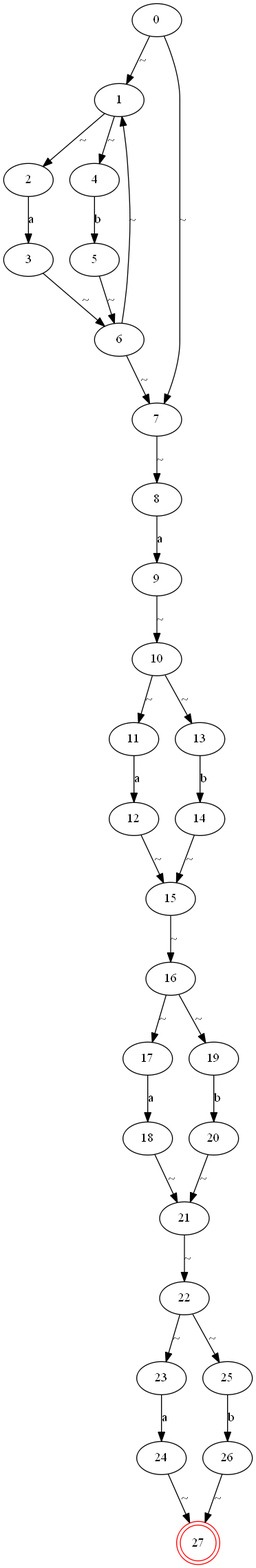
JameyWoo/re2graph keeps this Graphviz diagram as image/test_nfa.png. Above is the earlier version. Its source is kept beside it as tmp/test_nfa.dot.
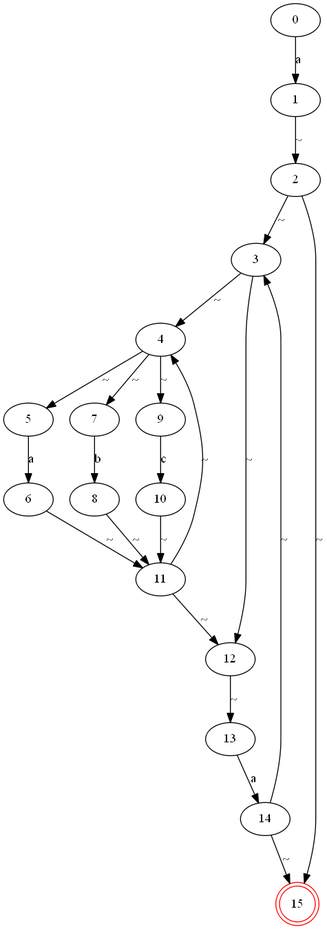
Later version of the same file.

What changed in the source:
```diff
@@ -14,50 +14,26 @@
 	12 [label="12"]
 	13 [label="13"]
 	14 [label="14"]
-	15 [label="15"]
-	16 [label="16"]
-	17 [label="17"]
-	18 [label="18"]
-	19 [label="19"]
-	20 [label="20"]
-	21 [label="21"]
-	22 [label="22"]
-	23 [label="23"]
-	24 [label="24"]
-	25 [label="25"]
-	26 [label="26"]
-	27 [label="27" color=red shape=doublecircle]
-	0 -> 1 [label="~"]
-	0 -> 7 [label="~"]
+	15 [label="15" color=red shape=doublecircle]
+	0 -> 1 [label="a"]
 	1 -> 2 [label="~"]
-	1 -> 4 [label="~"]
-	2 -> 3 [label="a"]
-	3 -> 6 [label="~"]
-	4 -> 5 [label="b"]
-	5 -> 6 [label="~"]
-	6 -> 1 [label="~"]
-	6 -> 7 [label="~"]
-	7 -> 8 [label="~"]
-	8 -> 9 [label="a"]
-	9 -> 10 [label="~"]
+	2 -> 3 [label="~"]
+	2 -> 15 [label="~"]
+	3 -> 4 [label="~"]
+	3 -> 12 [label="~"]
+	4 -> 5 [label="~"]
+	4 -> 7 [label="~"]
+	4 -> 9 [label="~"]
+	5 -> 6 [label="a"]
+	6 -> 11 [label="~"]
+	7 -> 8 [label="b"]
+	8 -> 11 [label="~"]
+	9 -> 10 [label="c"]
 	10 -> 11 [label="~"]
-	10 -> 13 [label="~"]
-	11 -> 12 [label="a"]
-	12 -> 15 [label="~"]
-	13 -> 14 [label="b"]
+	11 -> 4 [label="~"]
+	11 -> 12 [label="~"]
+	12 -> 13 [label="~"]
+	13 -> 14 [label="a"]
+	14 -> 3 [label="~"]
 	14 -> 15 [label="~"]
-	15 -> 16 [label="~"]
-	16 -> 17 [label="~"]
-	16 -> 19 [label="~"]
-	17 -> 18 [label="a"]
-	18 -> 21 [label="~"]
-	19 -> 20 [label="b"]
-	20 -> 21 [label="~"]
-	21 -> 22 [label="~"]
-	22 -> 23 [label="~"]
-	22 -> 25 [label="~"]
-	23 -> 24 [label="a"]
-	24 -> 27 [label="~"]
-	25 -> 26 [label="b"]
-	26 -> 27 [label="~"]
 }
```
